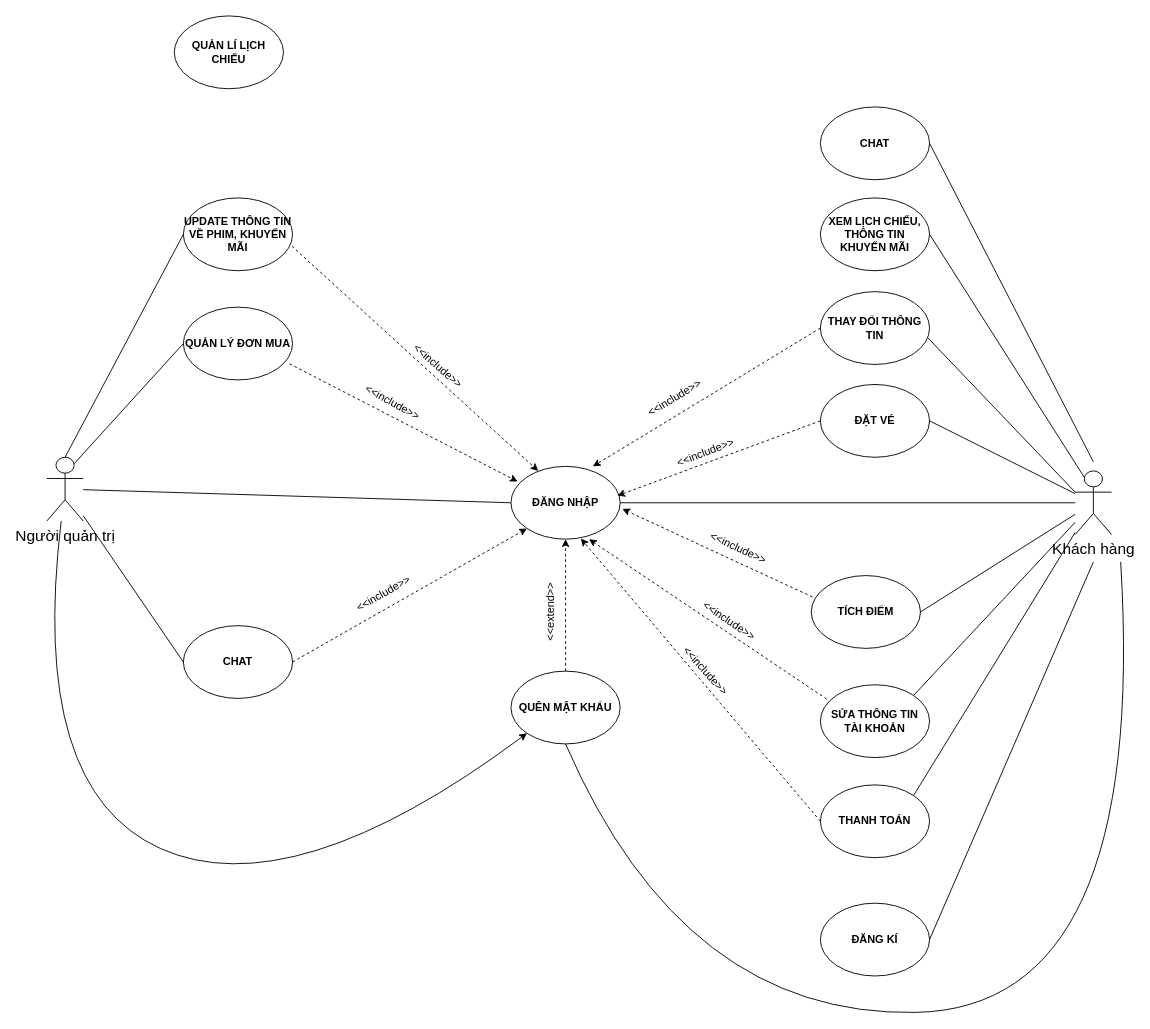
Above: Biểu đồ không có tiêu đề.drawio in tuanthanhhh/tuanthanhhh (draw.io), before the change. Source tidied: cells renumbered, new cells numbered last; positions are measured from the earlier drawing's top-left corner, leaving out a move shared by most shapes. Both pictures are drawn from the tidied source at 91%, with x=0, y=0 at pixel (28, 15).
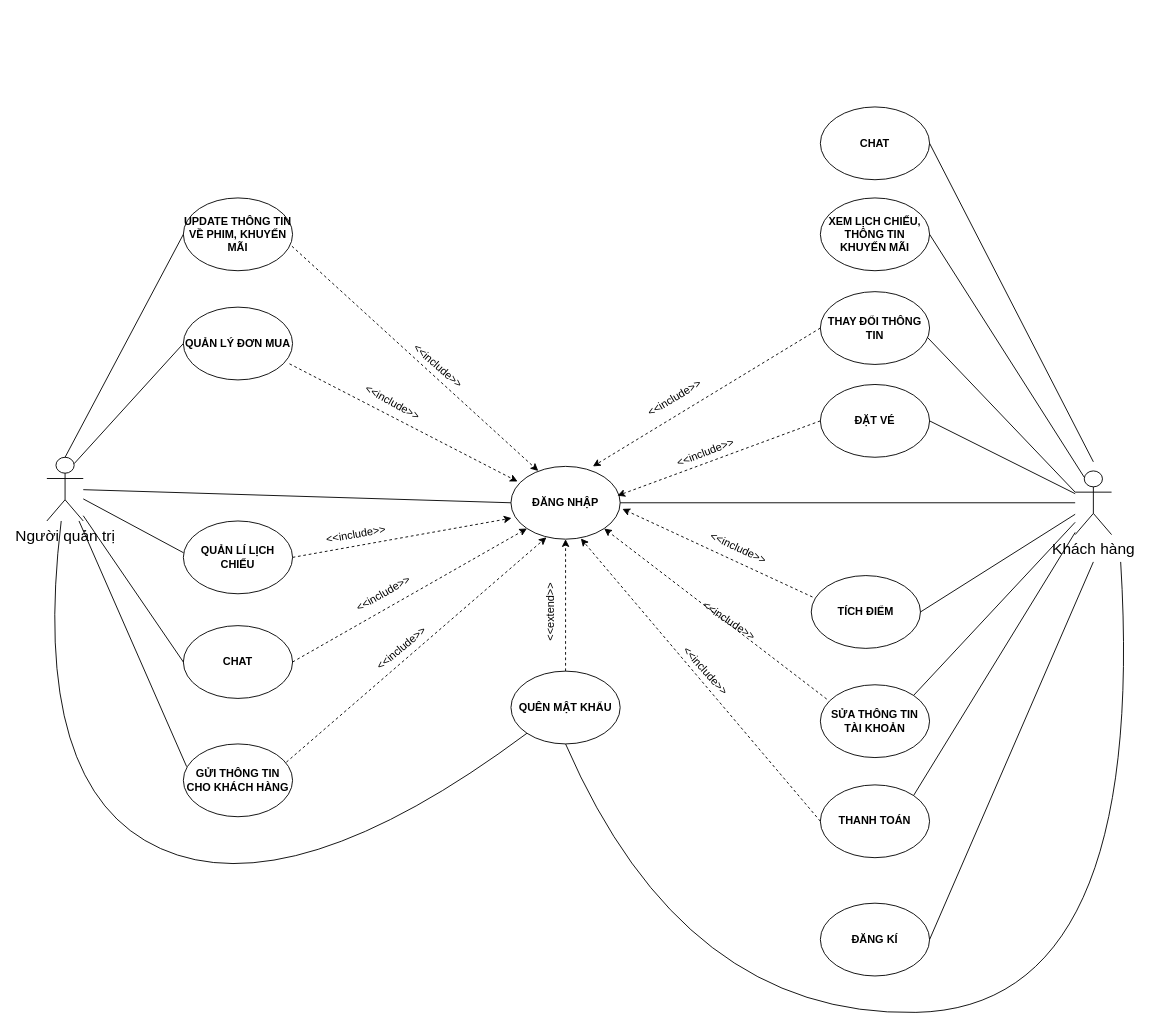
The same diagram, later.

Commit message:
Cập nhật Biểu đồ không có tiêu đề.drawio

The change refers to these unchanged cells:
```xml
<mxCell id="3" value="&lt;b&gt;ĐĂNG NHẬP&lt;/b&gt;" style="ellipse;whiteSpace=wrap;html=1;" parent="1" vertex="1">
  <mxGeometry x="530" y="495" width="120" height="80" as="geometry" />
</mxCell>
<mxCell id="13" value="&lt;span style=&quot;font-size: 17px;&quot;&gt;Người quản trị&lt;/span&gt;" style="shape=umlActor;verticalLabelPosition=bottom;verticalAlign=top;html=1;outlineConnect=0;" parent="1" vertex="1">
  <mxGeometry x="20" y="485" width="40" height="70" as="geometry" />
</mxCell>
<mxCell id="14" value="&lt;b&gt;SỬA THÔNG TIN TÀI KHOẢN&lt;/b&gt;" style="ellipse;whiteSpace=wrap;html=1;" parent="1" vertex="1">
  <mxGeometry x="870" y="735" width="120" height="80" as="geometry" />
</mxCell>
<mxCell id="15" value="&lt;b&gt;QUÊN MẬT KHẨU&lt;/b&gt;" style="ellipse;whiteSpace=wrap;html=1;" parent="1" vertex="1">
  <mxGeometry x="530" y="720" width="120" height="80" as="geometry" />
</mxCell>
```

Diff of the diagram source:
```diff
@@
-    <mxCell id="20" style="endArrow=classic;html=1;rounded=0;dashed=1;entryX=0.715;entryY=1.001;entryDx=0;entryDy=0;entryPerimeter=0;exitX=0.058;exitY=0.196;exitDx=0;exitDy=0;exitPerimeter=0;" parent="1" edge="1" source="14" target="3">
+    <mxCell id="20" style="endArrow=classic;html=1;rounded=0;dashed=1;entryX=1;entryY=1;entryDx=0;entryDy=0;exitX=0.058;exitY=0.196;exitDx=0;exitDy=0;exitPerimeter=0;" parent="1" edge="1" source="14" target="3">
       <mxGeometry relative="1" as="geometry" />
     </mxCell>
@@
-    <mxCell id="49" style="curved=1;endArrow=classic;html=1;rounded=0;entryX=0;entryY=1;entryDx=0;entryDy=0;" parent="1" edge="1" source="13" target="15">
+    <mxCell id="49" style="curved=1;endArrow=none;html=1;rounded=0;entryX=0;entryY=1;entryDx=0;entryDy=0;endFill=0;" parent="1" edge="1" source="13" target="15">
       <mxGeometry relative="1" as="geometry">
         <Array as="points">
           <mxPoint y="850" />
           <mxPoint x="290" y="980" />
         </Array>
       </mxGeometry>
     </mxCell>
     <mxCell id="50" value="&lt;b&gt;QUẢN LÍ LỊCH CHIẾU&lt;/b&gt;" style="ellipse;whiteSpace=wrap;html=1;" parent="1" vertex="1">
-      <mxGeometry x="160" width="120" height="80" as="geometry" />
+      <mxGeometry x="170" y="555" width="120" height="80" as="geometry" />
     </mxCell>
+    <mxCell id="51" style="endArrow=none;html=1;rounded=0;entryX=0.002;entryY=0.437;entryDx=0;entryDy=0;entryPerimeter=0;" parent="1" edge="1" source="13" target="50">
+      <mxGeometry relative="1" as="geometry" />
+    </mxCell>
+    <mxCell id="52" style="endArrow=classic;html=1;rounded=0;entryX=0.005;entryY=0.711;entryDx=0;entryDy=0;entryPerimeter=0;exitX=1;exitY=0.5;exitDx=0;exitDy=0;dashed=1;" parent="1" edge="1" source="50" target="3">
+      <mxGeometry relative="1" as="geometry" />
+    </mxCell>
+    <mxCell id="53" value="&lt;b&gt;GỬI THÔNG TIN CHO KHÁCH HÀNG&lt;/b&gt;" style="ellipse;whiteSpace=wrap;html=1;" parent="1" vertex="1">
+      <mxGeometry x="170" y="800" width="120" height="80" as="geometry" />
+    </mxCell>
+    <mxCell id="54" style="endArrow=none;html=1;rounded=0;exitX=0.03;exitY=0.312;exitDx=0;exitDy=0;exitPerimeter=0;" parent="1" edge="1" source="53" target="13">
+      <mxGeometry relative="1" as="geometry" />
+    </mxCell>
+    <mxCell id="55" value="&amp;lt;&amp;lt;include&amp;gt;&amp;gt;" style="text;html=1;strokeColor=none;fillColor=none;align=center;verticalAlign=middle;whiteSpace=wrap;rounded=0;rotation=350;" parent="1" vertex="1">
+      <mxGeometry x="330" y="555" width="60" height="30" as="geometry" />
+    </mxCell>
+    <mxCell id="56" style="endArrow=classic;html=1;rounded=0;entryX=0.325;entryY=0.974;entryDx=0;entryDy=0;entryPerimeter=0;exitX=0.943;exitY=0.251;exitDx=0;exitDy=0;exitPerimeter=0;dashed=1;" parent="1" edge="1" source="53" target="3">
+      <mxGeometry relative="1" as="geometry" />
+    </mxCell>
+    <mxCell id="57" value="&amp;lt;&amp;lt;include&amp;gt;&amp;gt;" style="text;html=1;strokeColor=none;fillColor=none;align=center;verticalAlign=middle;whiteSpace=wrap;rounded=0;rotation=-40;" parent="1" vertex="1">
+      <mxGeometry x="380" y="680" width="60" height="30" as="geometry" />
+    </mxCell>
```
